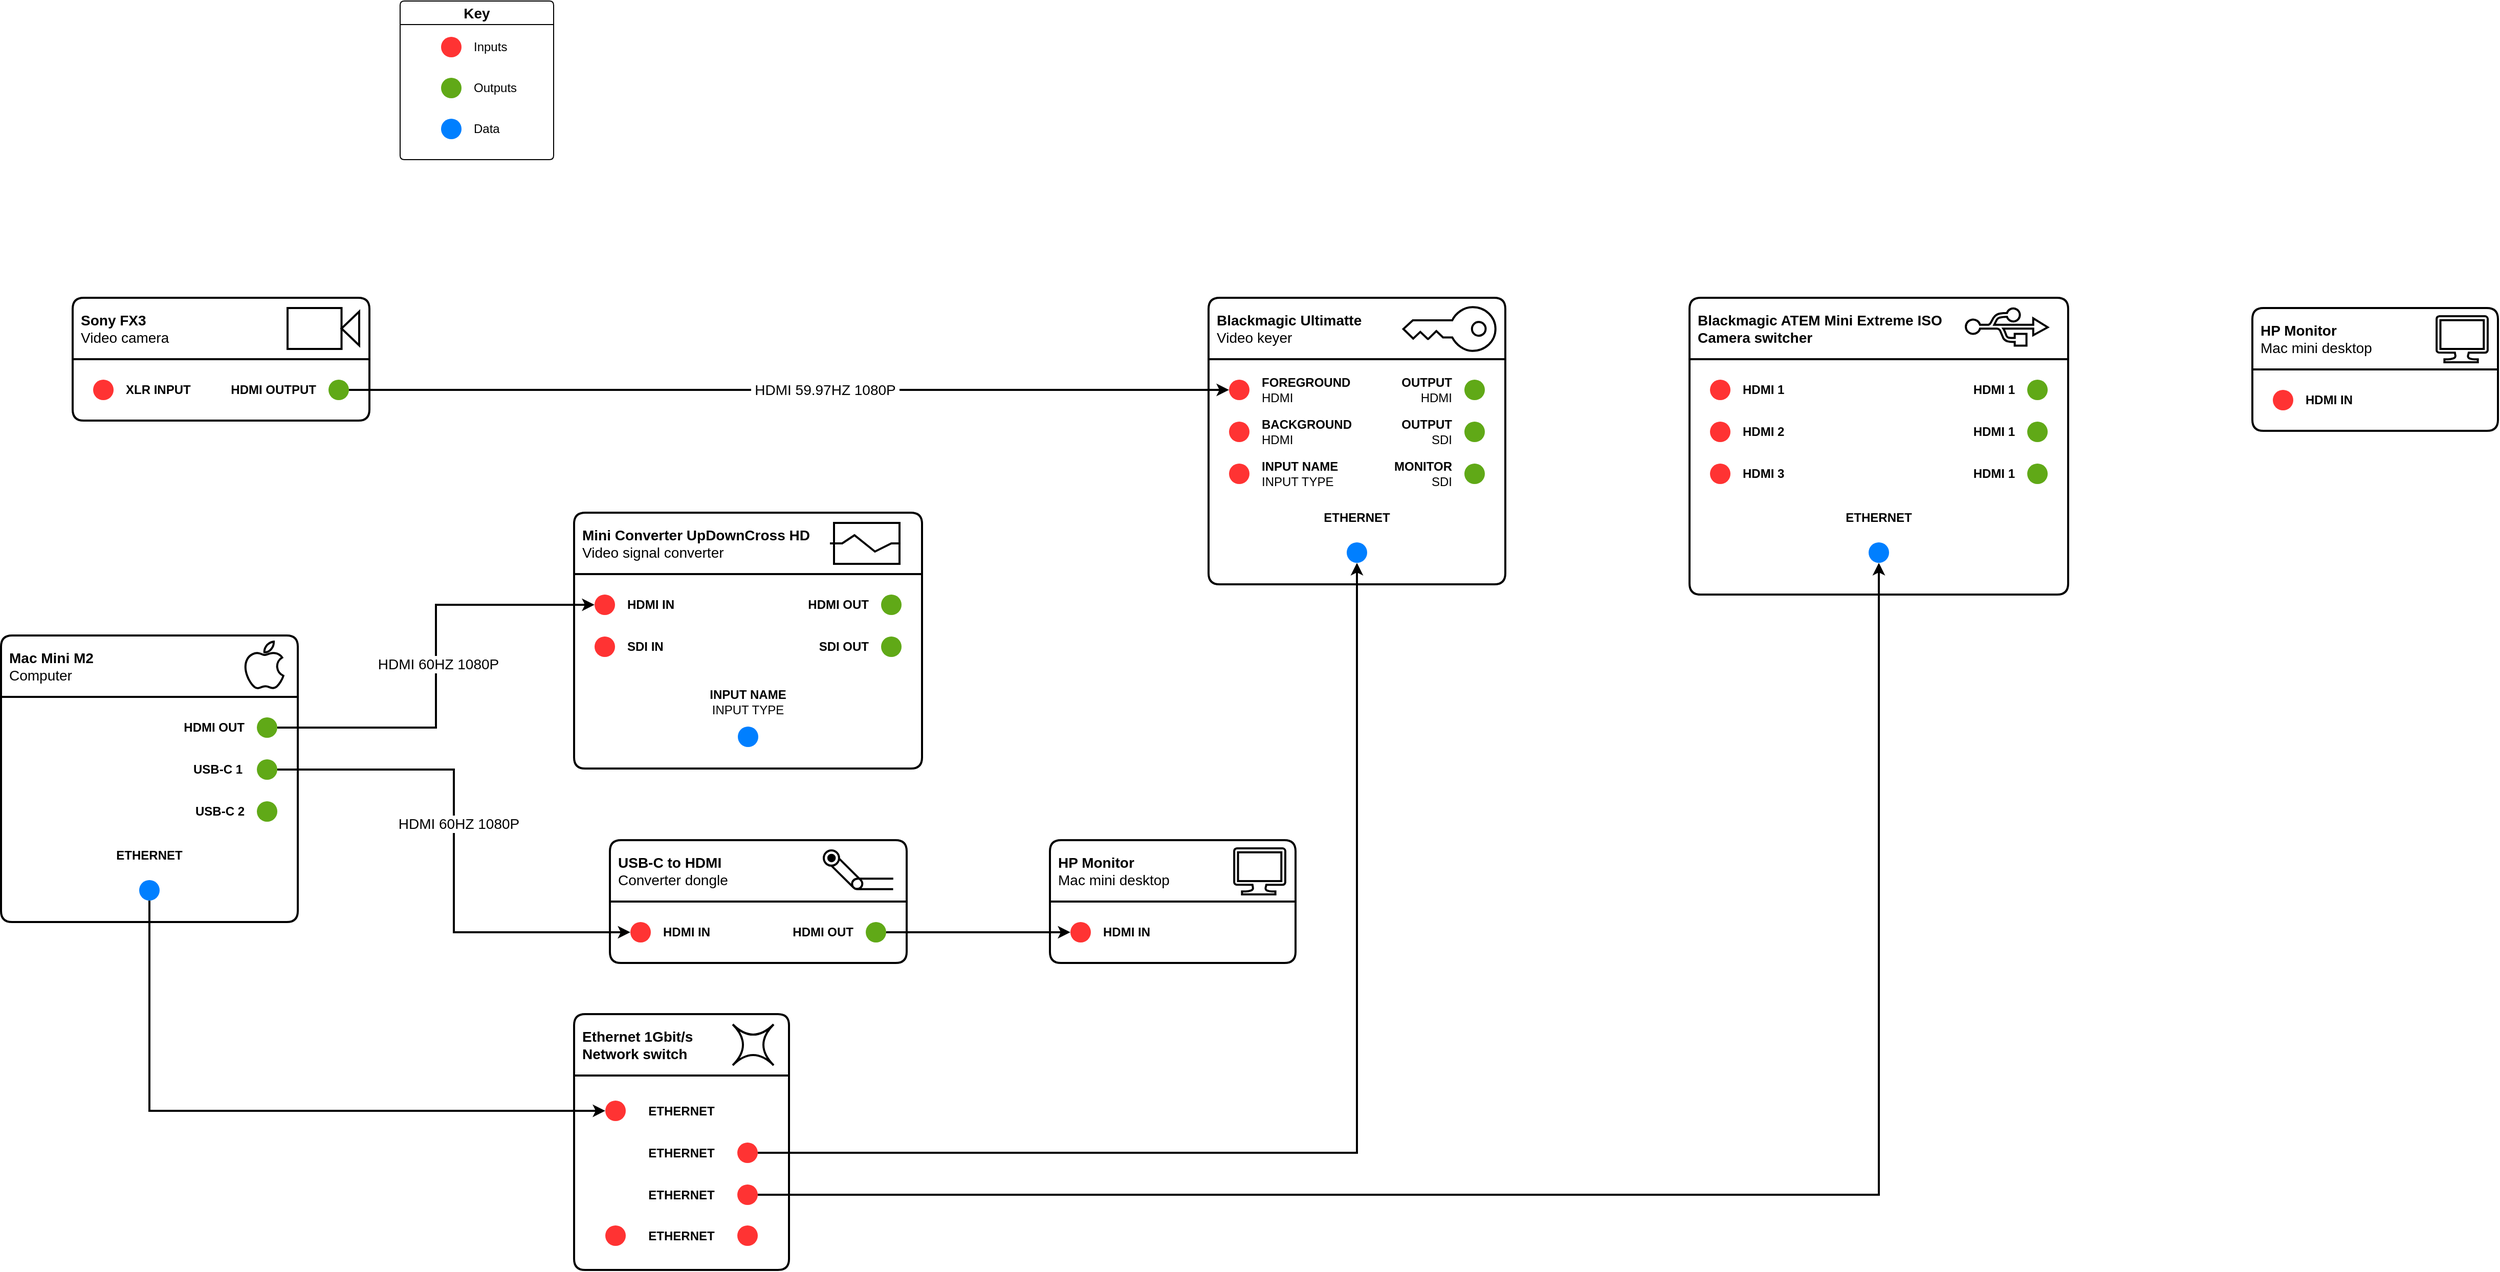
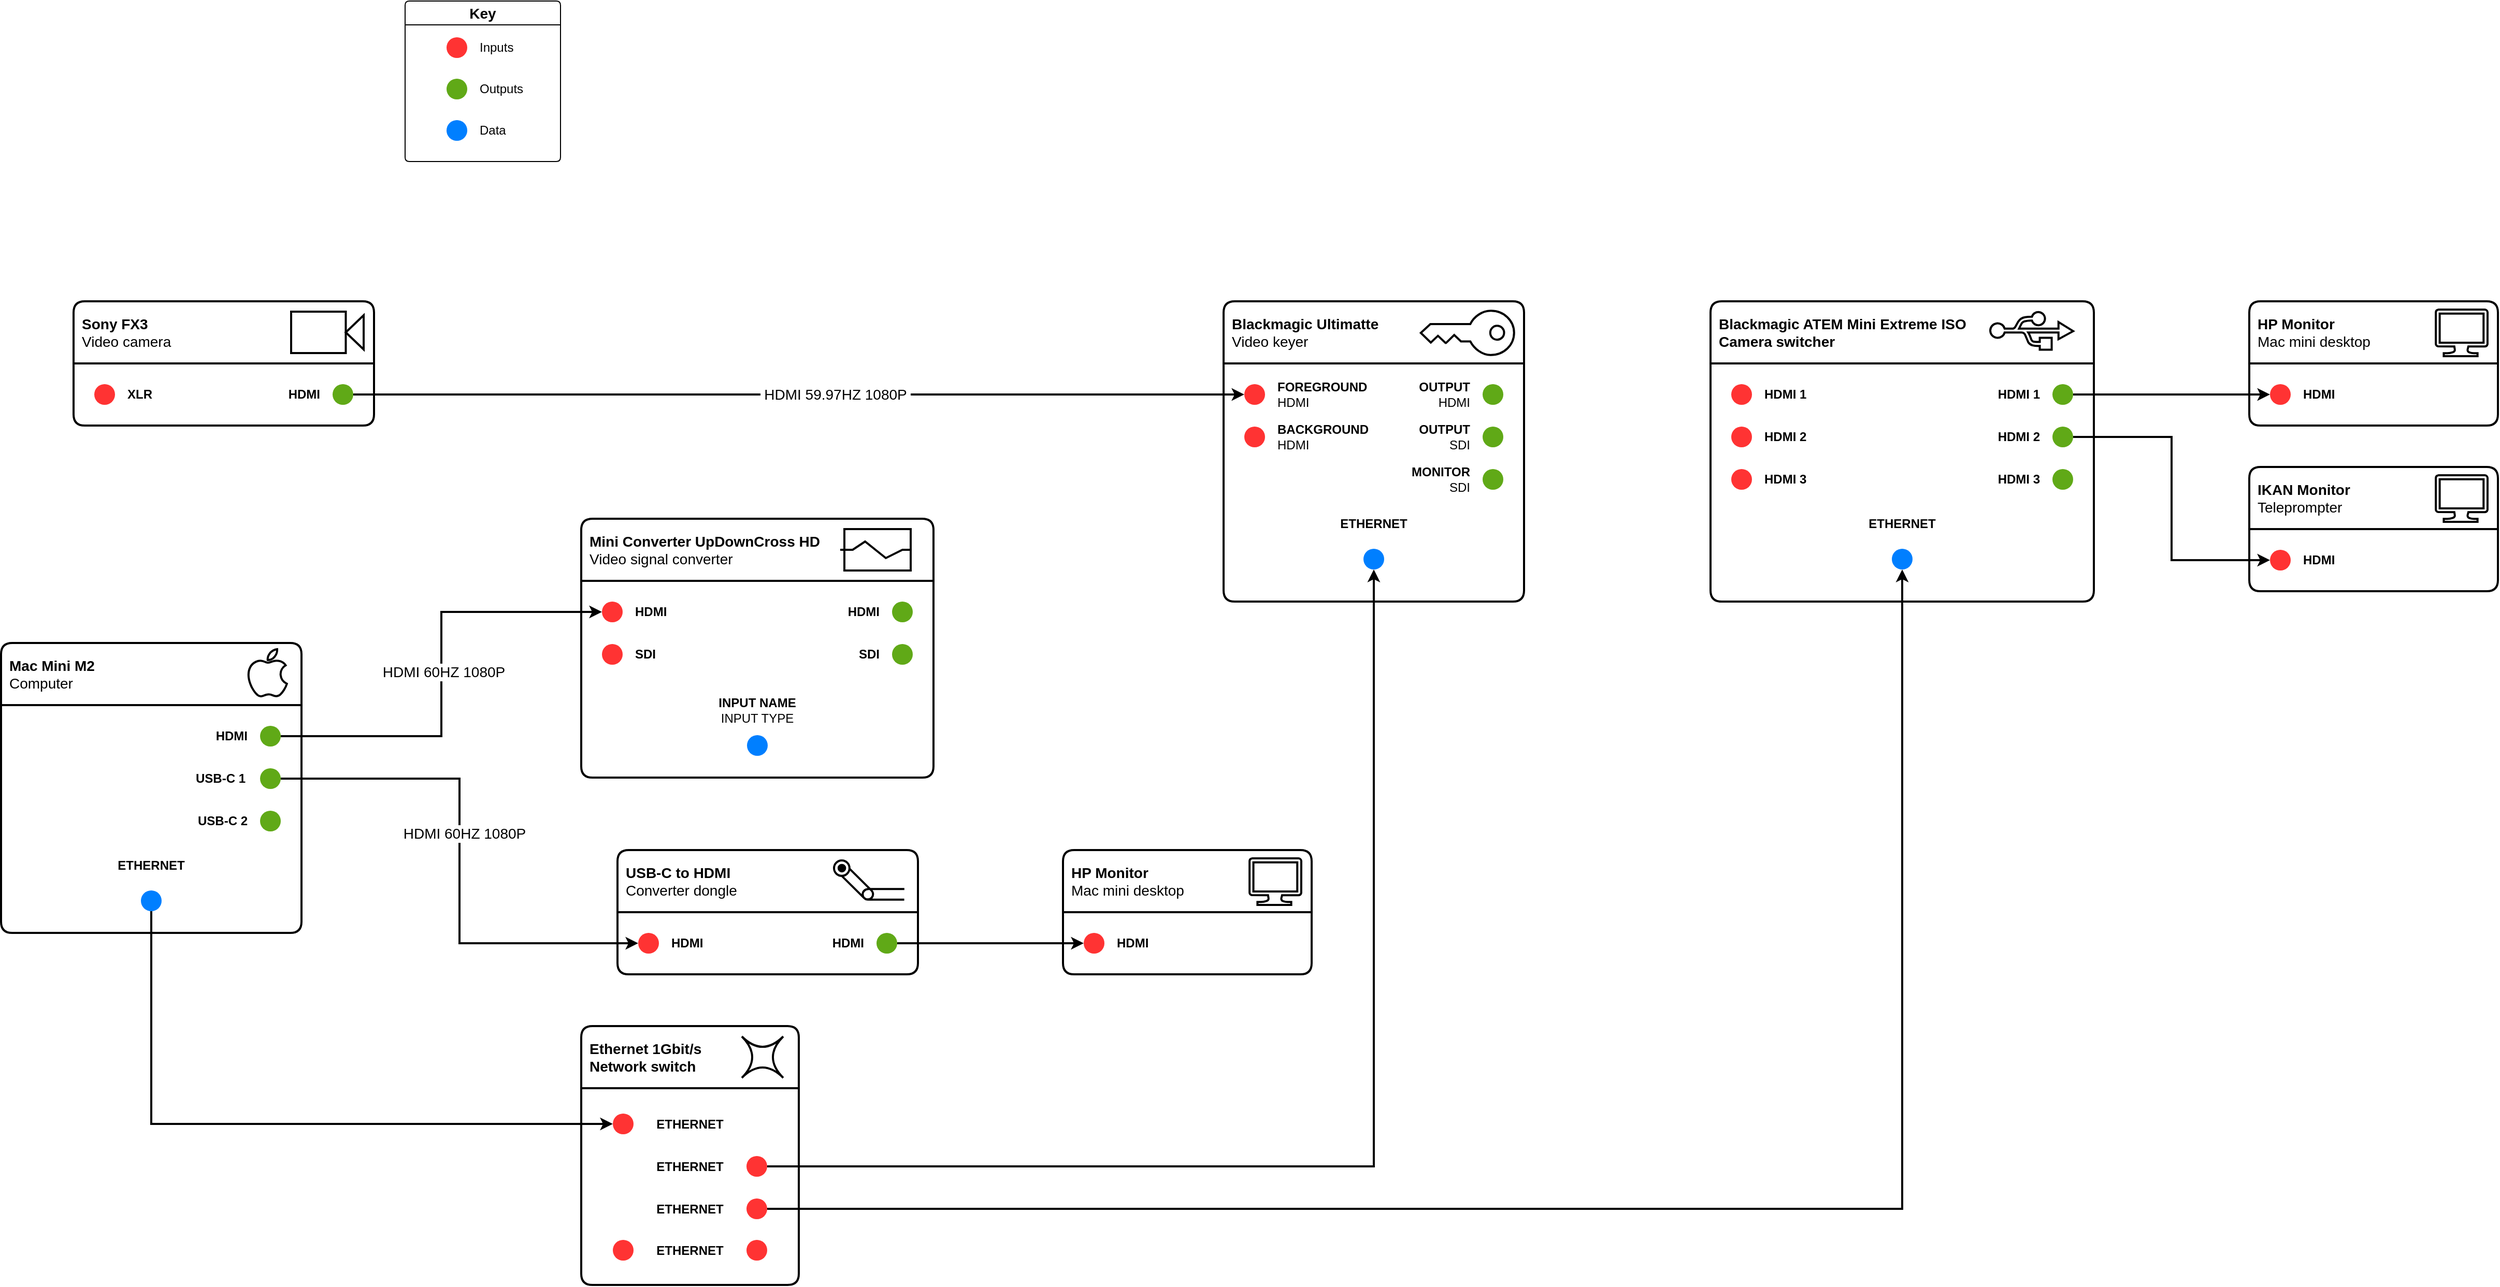
<mxfile host="app.diagrams.net">
  <diagram name="Page-1" id="FgFW1MfRpHRbAZnw0JzE">
    <mxGraphModel dx="1544" dy="1508" grid="1" gridSize="10" guides="1" tooltips="1" connect="1" arrows="1" fold="1" page="0" pageScale="1" pageWidth="1654" pageHeight="1169" math="0" shadow="0">
      <root>
        <mxCell id="0" />
        <mxCell id="1" parent="0" />
        <UserObject label="&lt;div&gt;Sony FX3&lt;/div&gt;&lt;div&gt;&lt;span style=&quot;font-weight: normal;&quot;&gt;Video camera&lt;/span&gt;&lt;/div&gt;" link="https://www.sony.com.au/electronics/interchangeable-lens-cameras/ilme-fx3a" id="s20b6Gskkq0xSbLsb2Lf-1">
          <mxCell parent="1" style="swimlane;whiteSpace=wrap;html=1;startSize=60;perimeterSpacing=0;rounded=1;arcSize=6;align=left;spacingLeft=6;swimlaneFillColor=default;strokeWidth=2;fontSize=14;spacingBottom=0;" vertex="1">
            <mxGeometry height="120" width="290" x="-10" y="240" as="geometry">
              <mxRectangle height="60" width="200" x="330" y="280" as="alternateBounds" />
            </mxGeometry>
          </mxCell>
        </UserObject>
        <mxCell id="BUdtJf7oYrrgdLHHiytK-1" parent="s20b6Gskkq0xSbLsb2Lf-1" style="shape=mxgraph.signs.tech.video_camera;html=1;pointerEvents=1;fillColor=none;strokeColor=default;verticalLabelPosition=bottom;verticalAlign=top;align=center;strokeWidth=2;" value="" vertex="1">
          <mxGeometry height="40" width="70" x="210" y="10" as="geometry" />
        </mxCell>
        <mxCell id="BUdtJf7oYrrgdLHHiytK-2" parent="s20b6Gskkq0xSbLsb2Lf-1" style="ellipse;whiteSpace=wrap;html=1;aspect=fixed;strokeColor=none;fillColor=#60a917;fontColor=#ffffff;" value="" vertex="1">
          <mxGeometry height="20" width="20" x="250" y="80" as="geometry" />
        </mxCell>
        <mxCell id="BUdtJf7oYrrgdLHHiytK-13" parent="s20b6Gskkq0xSbLsb2Lf-1" style="ellipse;whiteSpace=wrap;html=1;aspect=fixed;strokeColor=none;fillColor=light-dark(#FF3333,#FF3333);fontColor=#ffffff;fillStyle=auto;" value="" vertex="1">
          <mxGeometry height="20" width="20" x="20" y="80" as="geometry" />
        </mxCell>
-         <mxCell id="BUdtJf7oYrrgdLHHiytK-20" parent="s20b6Gskkq0xSbLsb2Lf-1" style="text;html=1;whiteSpace=wrap;strokeColor=none;fillColor=none;align=left;verticalAlign=middle;rounded=0;fontStyle=1" value="XLR INPUT" vertex="1">
-           <mxGeometry height="14.5" width="90" x="50" y="82.75" as="geometry" />
-         </mxCell>
-         <mxCell id="BUdtJf7oYrrgdLHHiytK-21" parent="s20b6Gskkq0xSbLsb2Lf-1" style="text;html=1;whiteSpace=wrap;strokeColor=none;fillColor=none;align=right;verticalAlign=middle;rounded=0;" value="&lt;b&gt;HDMI OUTPUT&lt;/b&gt;" vertex="1">
-           <mxGeometry height="14.5" width="90" x="150" y="82.75" as="geometry" />
+         <mxCell id="BUdtJf7oYrrgdLHHiytK-20" parent="s20b6Gskkq0xSbLsb2Lf-1" style="text;html=1;whiteSpace=wrap;strokeColor=none;fillColor=none;align=left;verticalAlign=middle;rounded=0;fontStyle=1" value="XLR" vertex="1">
+           <mxGeometry height="14.5" width="30" x="50" y="82.75" as="geometry" />
+         </mxCell>
+         <mxCell id="BUdtJf7oYrrgdLHHiytK-21" parent="s20b6Gskkq0xSbLsb2Lf-1" style="text;html=1;whiteSpace=wrap;strokeColor=none;fillColor=none;align=right;verticalAlign=middle;rounded=0;" value="&lt;b&gt;HDMI&lt;/b&gt;" vertex="1">
+           <mxGeometry height="14.5" width="40" x="200" y="82.75" as="geometry" />
        </mxCell>
        <mxCell id="BUdtJf7oYrrgdLHHiytK-123" parent="1" style="swimlane;whiteSpace=wrap;html=1;rounded=1;arcSize=6;swimlaneFillColor=default;fontSize=14;" value="Key" vertex="1">
          <mxGeometry height="155" width="150" x="310" y="-50" as="geometry" />
        </mxCell>
        <mxCell id="BUdtJf7oYrrgdLHHiytK-115" parent="BUdtJf7oYrrgdLHHiytK-123" style="ellipse;whiteSpace=wrap;html=1;aspect=fixed;strokeColor=none;fillColor=light-dark(#FF3333,#FF3333);fontColor=#ffffff;fillStyle=auto;" value="" vertex="1">
          <mxGeometry height="20" width="20" x="40" y="35" as="geometry" />
        </mxCell>
        <mxCell id="BUdtJf7oYrrgdLHHiytK-119" parent="BUdtJf7oYrrgdLHHiytK-123" style="text;html=1;whiteSpace=wrap;strokeColor=none;fillColor=none;align=left;verticalAlign=middle;rounded=0;" value="Inputs" vertex="1">
          <mxGeometry height="10" width="40" x="70" y="40" as="geometry" />
        </mxCell>
        <mxCell id="BUdtJf7oYrrgdLHHiytK-114" parent="BUdtJf7oYrrgdLHHiytK-123" style="ellipse;whiteSpace=wrap;html=1;aspect=fixed;strokeColor=none;fillColor=#60a917;fontColor=#ffffff;" value="" vertex="1">
          <mxGeometry height="20" width="20" x="40" y="75" as="geometry" />
        </mxCell>
        <mxCell id="BUdtJf7oYrrgdLHHiytK-120" parent="BUdtJf7oYrrgdLHHiytK-123" style="text;html=1;whiteSpace=wrap;strokeColor=none;fillColor=none;align=left;verticalAlign=middle;rounded=0;" value="Outputs" vertex="1">
          <mxGeometry height="10" width="40" x="70" y="80" as="geometry" />
        </mxCell>
        <mxCell id="BUdtJf7oYrrgdLHHiytK-116" parent="BUdtJf7oYrrgdLHHiytK-123" style="ellipse;whiteSpace=wrap;html=1;aspect=fixed;strokeColor=none;fillColor=#007FFF;fontColor=#ffffff;" value="" vertex="1">
          <mxGeometry height="20" width="20" x="40" y="115" as="geometry" />
        </mxCell>
        <mxCell id="BUdtJf7oYrrgdLHHiytK-121" parent="BUdtJf7oYrrgdLHHiytK-123" style="text;html=1;whiteSpace=wrap;strokeColor=none;fillColor=none;align=left;verticalAlign=middle;rounded=0;" value="Data" vertex="1">
          <mxGeometry height="10" width="40" x="70" y="120" as="geometry" />
        </mxCell>
        <UserObject label="&lt;div&gt;Blackmagic Ultimatte&lt;/div&gt;&lt;div&gt;&lt;span style=&quot;font-weight: normal;&quot;&gt;Video keyer&lt;/span&gt;&lt;/div&gt;" link="https://www.videocraft.com.au/products/blackmagic-design-ultimatte-12-hd-keyer-advanced-compositing-processor" id="BUdtJf7oYrrgdLHHiytK-160">
          <mxCell parent="1" style="swimlane;whiteSpace=wrap;html=1;startSize=60;perimeterSpacing=0;rounded=1;arcSize=6;align=left;spacingLeft=6;swimlaneFillColor=default;strokeWidth=2;fontSize=14;" vertex="1">
-             <mxGeometry height="280" width="290" x="1100" y="240" as="geometry">
+             <mxGeometry height="290" width="290" x="1100" y="240" as="geometry">
              <mxRectangle height="60" width="200" x="330" y="280" as="alternateBounds" />
            </mxGeometry>
          </mxCell>
        </UserObject>
        <mxCell id="BUdtJf7oYrrgdLHHiytK-162" parent="BUdtJf7oYrrgdLHHiytK-160" style="ellipse;whiteSpace=wrap;html=1;aspect=fixed;strokeColor=none;fillColor=#60a917;fontColor=#ffffff;" value="" vertex="1">
          <mxGeometry height="20" width="20" x="250" y="80" as="geometry" />
        </mxCell>
        <mxCell id="BUdtJf7oYrrgdLHHiytK-163" parent="BUdtJf7oYrrgdLHHiytK-160" style="ellipse;whiteSpace=wrap;html=1;aspect=fixed;strokeColor=none;fillColor=#60a917;fontColor=#ffffff;" value="" vertex="1">
          <mxGeometry height="20" width="20" x="250" y="121" as="geometry" />
        </mxCell>
        <mxCell id="BUdtJf7oYrrgdLHHiytK-164" parent="BUdtJf7oYrrgdLHHiytK-160" style="ellipse;whiteSpace=wrap;html=1;aspect=fixed;strokeColor=none;fillColor=#60a917;fontColor=#ffffff;" value="" vertex="1">
          <mxGeometry height="20" width="20" x="250" y="162" as="geometry" />
        </mxCell>
        <mxCell id="BUdtJf7oYrrgdLHHiytK-169" parent="BUdtJf7oYrrgdLHHiytK-160" style="ellipse;whiteSpace=wrap;html=1;aspect=fixed;strokeColor=none;fillColor=light-dark(#FF3333,#FF3333);fontColor=#ffffff;fillStyle=auto;" value="" vertex="1">
          <mxGeometry height="20" width="20" x="20" y="80" as="geometry" />
        </mxCell>
        <mxCell id="BUdtJf7oYrrgdLHHiytK-170" parent="BUdtJf7oYrrgdLHHiytK-160" style="ellipse;whiteSpace=wrap;html=1;aspect=fixed;strokeColor=none;fillColor=light-dark(#FF3333,#FF3333);fontColor=#ffffff;" value="" vertex="1">
          <mxGeometry height="20" width="20" x="20" y="121" as="geometry" />
        </mxCell>
-         <mxCell id="BUdtJf7oYrrgdLHHiytK-171" parent="BUdtJf7oYrrgdLHHiytK-160" style="ellipse;whiteSpace=wrap;html=1;aspect=fixed;strokeColor=none;fillColor=light-dark(#FF3333,#FF3333);fontColor=#ffffff;" value="" vertex="1">
-           <mxGeometry height="20" width="20" x="20" y="162" as="geometry" />
-         </mxCell>
        <mxCell id="BUdtJf7oYrrgdLHHiytK-176" parent="BUdtJf7oYrrgdLHHiytK-160" style="text;html=1;whiteSpace=wrap;strokeColor=none;fillColor=none;align=left;verticalAlign=middle;rounded=0;" value="&lt;div&gt;&lt;b&gt;FOREGROUND&lt;/b&gt;&lt;/div&gt;&lt;div&gt;HDMI&lt;/div&gt;" vertex="1">
          <mxGeometry height="29" width="90" x="50" y="75.5" as="geometry" />
        </mxCell>
        <mxCell id="BUdtJf7oYrrgdLHHiytK-177" parent="BUdtJf7oYrrgdLHHiytK-160" style="text;html=1;whiteSpace=wrap;strokeColor=none;fillColor=none;align=right;verticalAlign=middle;rounded=0;" value="&lt;div&gt;&lt;b&gt;OUTPUT&lt;/b&gt;&lt;/div&gt;&lt;div&gt;HDMI&lt;/div&gt;" vertex="1">
          <mxGeometry height="29" width="90" x="150" y="75.5" as="geometry" />
        </mxCell>
        <mxCell id="BUdtJf7oYrrgdLHHiytK-178" parent="BUdtJf7oYrrgdLHHiytK-160" style="text;html=1;whiteSpace=wrap;strokeColor=none;fillColor=none;align=left;verticalAlign=middle;rounded=0;" value="&lt;div&gt;&lt;b&gt;BACKGROUND&lt;/b&gt;&lt;/div&gt;&lt;div&gt;HDMI&lt;/div&gt;" vertex="1">
          <mxGeometry height="29" width="90" x="50" y="116.5" as="geometry" />
        </mxCell>
        <mxCell id="BUdtJf7oYrrgdLHHiytK-179" parent="BUdtJf7oYrrgdLHHiytK-160" style="text;html=1;whiteSpace=wrap;strokeColor=none;fillColor=none;align=right;verticalAlign=middle;rounded=0;" value="&lt;div&gt;&lt;b&gt;OUTPUT&lt;/b&gt;&lt;/div&gt;&lt;div&gt;SDI&lt;/div&gt;" vertex="1">
          <mxGeometry height="29" width="90" x="150" y="116.5" as="geometry" />
-         </mxCell>
-         <mxCell id="BUdtJf7oYrrgdLHHiytK-180" parent="BUdtJf7oYrrgdLHHiytK-160" style="text;html=1;whiteSpace=wrap;strokeColor=none;fillColor=none;align=left;verticalAlign=middle;rounded=0;" value="&lt;div&gt;&lt;b&gt;INPUT NAME&lt;/b&gt;&lt;/div&gt;&lt;div&gt;INPUT TYPE&lt;/div&gt;" vertex="1">
-           <mxGeometry height="29" width="90" x="50" y="157.5" as="geometry" />
        </mxCell>
        <mxCell id="BUdtJf7oYrrgdLHHiytK-181" parent="BUdtJf7oYrrgdLHHiytK-160" style="text;html=1;whiteSpace=wrap;strokeColor=none;fillColor=none;align=right;verticalAlign=middle;rounded=0;" value="&lt;div&gt;&lt;b&gt;MONITOR&lt;/b&gt;&lt;/div&gt;&lt;div&gt;SDI&lt;/div&gt;" vertex="1">
          <mxGeometry height="29" width="90" x="150" y="157.5" as="geometry" />
        </mxCell>
        <mxCell id="BUdtJf7oYrrgdLHHiytK-194" parent="BUdtJf7oYrrgdLHHiytK-160" style="text;html=1;whiteSpace=wrap;strokeColor=none;fillColor=none;align=center;verticalAlign=middle;rounded=0;fontStyle=1" value="ETHERNET" vertex="1">
          <mxGeometry height="29" width="90" x="100" y="200" as="geometry" />
        </mxCell>
        <mxCell id="BUdtJf7oYrrgdLHHiytK-195" parent="BUdtJf7oYrrgdLHHiytK-160" style="ellipse;whiteSpace=wrap;html=1;aspect=fixed;strokeColor=none;fillColor=#007FFF;fontColor=#ffffff;" value="" vertex="1">
          <mxGeometry height="20" width="20" x="135" y="239" as="geometry" />
        </mxCell>
        <mxCell id="BUdtJf7oYrrgdLHHiytK-196" parent="BUdtJf7oYrrgdLHHiytK-160" style="sketch=0;pointerEvents=1;shadow=0;dashed=0;html=1;strokeColor=default;fillColor=none;labelPosition=center;verticalLabelPosition=bottom;verticalAlign=top;outlineConnect=0;align=center;shape=mxgraph.office.security.key_permissions;rotation=90;strokeWidth=2;" value="" vertex="1">
          <mxGeometry height="90" width="42.75" x="214" y="-14.5" as="geometry" />
        </mxCell>
        <mxCell id="BUdtJf7oYrrgdLHHiytK-197" edge="1" parent="1" source="BUdtJf7oYrrgdLHHiytK-2" style="edgeStyle=orthogonalEdgeStyle;rounded=0;orthogonalLoop=1;jettySize=auto;html=1;entryX=0;entryY=0.5;entryDx=0;entryDy=0;endArrow=classic;endFill=1;strokeWidth=2;" target="BUdtJf7oYrrgdLHHiytK-169">
          <mxGeometry relative="1" as="geometry" />
        </mxCell>
        <mxCell id="BUdtJf7oYrrgdLHHiytK-201" connectable="0" parent="BUdtJf7oYrrgdLHHiytK-197" style="edgeLabel;html=1;align=center;verticalAlign=middle;resizable=0;points=[];fontSize=14;" value="&amp;nbsp;HDMI 59.97HZ 1080P&amp;nbsp;" vertex="1">
          <mxGeometry relative="1" x="0.0813" as="geometry">
            <mxPoint as="offset" />
          </mxGeometry>
        </mxCell>
        <UserObject label="&lt;div&gt;Mac Mini M2&lt;/div&gt;&lt;div&gt;&lt;span style=&quot;font-weight: normal;&quot;&gt;Computer&lt;/span&gt;&lt;/div&gt;" link="https://support.apple.com/en-au/111837" id="BUdtJf7oYrrgdLHHiytK-202">
          <mxCell parent="1" style="swimlane;whiteSpace=wrap;html=1;startSize=60;perimeterSpacing=0;rounded=1;arcSize=6;align=left;spacingLeft=6;swimlaneFillColor=default;strokeWidth=2;fontSize=14;" vertex="1">
            <mxGeometry height="280" width="290" x="-80" y="570" as="geometry">
              <mxRectangle height="60" width="200" x="330" y="280" as="alternateBounds" />
            </mxGeometry>
          </mxCell>
        </UserObject>
        <mxCell id="BUdtJf7oYrrgdLHHiytK-204" parent="BUdtJf7oYrrgdLHHiytK-202" style="ellipse;whiteSpace=wrap;html=1;aspect=fixed;strokeColor=none;fillColor=#60a917;fontColor=#ffffff;" value="" vertex="1">
          <mxGeometry height="20" width="20" x="250" y="80" as="geometry" />
        </mxCell>
        <mxCell id="BUdtJf7oYrrgdLHHiytK-205" parent="BUdtJf7oYrrgdLHHiytK-202" style="ellipse;whiteSpace=wrap;html=1;aspect=fixed;strokeColor=none;fillColor=#60a917;fontColor=#ffffff;" value="" vertex="1">
          <mxGeometry height="20" width="20" x="250" y="121" as="geometry" />
        </mxCell>
        <mxCell id="BUdtJf7oYrrgdLHHiytK-206" parent="BUdtJf7oYrrgdLHHiytK-202" style="ellipse;whiteSpace=wrap;html=1;aspect=fixed;strokeColor=none;fillColor=#60a917;fontColor=#ffffff;" value="" vertex="1">
          <mxGeometry height="20" width="20" x="250" y="162" as="geometry" />
        </mxCell>
-         <mxCell id="BUdtJf7oYrrgdLHHiytK-219" parent="BUdtJf7oYrrgdLHHiytK-202" style="text;html=1;whiteSpace=wrap;strokeColor=none;fillColor=none;align=right;verticalAlign=middle;rounded=0;" value="&lt;b&gt;HDMI OUT&lt;/b&gt;" vertex="1">
-           <mxGeometry height="14.5" width="70" x="170" y="82.75" as="geometry" />
+         <mxCell id="BUdtJf7oYrrgdLHHiytK-219" parent="BUdtJf7oYrrgdLHHiytK-202" style="text;html=1;whiteSpace=wrap;strokeColor=none;fillColor=none;align=right;verticalAlign=middle;rounded=0;" value="&lt;b&gt;HDMI&lt;/b&gt;" vertex="1">
+           <mxGeometry height="14.5" width="40" x="200" y="82.75" as="geometry" />
        </mxCell>
        <mxCell id="BUdtJf7oYrrgdLHHiytK-221" parent="BUdtJf7oYrrgdLHHiytK-202" style="text;html=1;whiteSpace=wrap;strokeColor=none;fillColor=none;align=right;verticalAlign=middle;rounded=0;fontStyle=1" value="USB-C 1" vertex="1">
          <mxGeometry height="13.5" width="50" x="188.08" y="124.25" as="geometry" />
        </mxCell>
        <mxCell id="BUdtJf7oYrrgdLHHiytK-236" parent="BUdtJf7oYrrgdLHHiytK-202" style="text;html=1;whiteSpace=wrap;strokeColor=none;fillColor=none;align=center;verticalAlign=middle;rounded=0;fontStyle=1" value="ETHERNET" vertex="1">
          <mxGeometry height="29" width="90" x="100" y="200" as="geometry" />
        </mxCell>
        <mxCell id="BUdtJf7oYrrgdLHHiytK-237" parent="BUdtJf7oYrrgdLHHiytK-202" style="ellipse;whiteSpace=wrap;html=1;aspect=fixed;strokeColor=none;fillColor=#007FFF;fontColor=#ffffff;" value="" vertex="1">
          <mxGeometry height="20" width="20" x="135" y="239" as="geometry" />
        </mxCell>
        <mxCell id="BUdtJf7oYrrgdLHHiytK-238" parent="BUdtJf7oYrrgdLHHiytK-202" style="dashed=0;outlineConnect=0;html=1;align=center;labelPosition=center;verticalLabelPosition=bottom;verticalAlign=top;shape=mxgraph.weblogos.apple;fillColor=none;strokeColor=default;strokeWidth=2;" value="" vertex="1">
          <mxGeometry height="46.2" width="37.83" x="238.07999999999998" y="6" as="geometry" />
        </mxCell>
        <mxCell id="BUdtJf7oYrrgdLHHiytK-240" parent="BUdtJf7oYrrgdLHHiytK-202" style="text;html=1;whiteSpace=wrap;strokeColor=none;fillColor=none;align=right;verticalAlign=middle;rounded=0;fontStyle=1" value="USB-C 2" vertex="1">
          <mxGeometry height="13.5" width="50" x="189.99999999999997" y="165.25" as="geometry" />
        </mxCell>
        <UserObject label="&lt;div&gt;Mini Converter UpDownCross HD&lt;/div&gt;&lt;div&gt;&lt;span style=&quot;font-weight: normal;&quot;&gt;Video signal converter&lt;/span&gt;&lt;/div&gt;" link="https://proavexpress.com.au/blackmagic-mini-converter-up-down-cross-hd/" id="BUdtJf7oYrrgdLHHiytK-243">
          <mxCell parent="1" style="swimlane;whiteSpace=wrap;html=1;startSize=60;perimeterSpacing=0;rounded=1;arcSize=6;align=left;spacingLeft=6;swimlaneFillColor=default;strokeWidth=2;fontSize=14;" vertex="1">
            <mxGeometry height="250" width="340" x="480" y="450" as="geometry">
              <mxRectangle height="60" width="200" x="330" y="280" as="alternateBounds" />
            </mxGeometry>
          </mxCell>
        </UserObject>
        <mxCell id="BUdtJf7oYrrgdLHHiytK-245" parent="BUdtJf7oYrrgdLHHiytK-243" style="ellipse;whiteSpace=wrap;html=1;aspect=fixed;strokeColor=none;fillColor=#60a917;fontColor=#ffffff;" value="" vertex="1">
          <mxGeometry height="20" width="20" x="300" y="80" as="geometry" />
        </mxCell>
        <mxCell id="BUdtJf7oYrrgdLHHiytK-246" parent="BUdtJf7oYrrgdLHHiytK-243" style="ellipse;whiteSpace=wrap;html=1;aspect=fixed;strokeColor=none;fillColor=#60a917;fontColor=#ffffff;" value="" vertex="1">
          <mxGeometry height="20" width="20" x="300" y="121" as="geometry" />
        </mxCell>
        <mxCell id="BUdtJf7oYrrgdLHHiytK-252" parent="BUdtJf7oYrrgdLHHiytK-243" style="ellipse;whiteSpace=wrap;html=1;aspect=fixed;strokeColor=none;fillColor=light-dark(#FF3333,#FF3333);fontColor=#ffffff;fillStyle=auto;" value="" vertex="1">
          <mxGeometry height="20" width="20" x="20" y="80" as="geometry" />
        </mxCell>
        <mxCell id="BUdtJf7oYrrgdLHHiytK-253" parent="BUdtJf7oYrrgdLHHiytK-243" style="ellipse;whiteSpace=wrap;html=1;aspect=fixed;strokeColor=none;fillColor=light-dark(#FF3333,#FF3333);fontColor=#ffffff;" value="" vertex="1">
          <mxGeometry height="20" width="20" x="20" y="121" as="geometry" />
        </mxCell>
-         <mxCell id="BUdtJf7oYrrgdLHHiytK-259" parent="BUdtJf7oYrrgdLHHiytK-243" style="text;html=1;whiteSpace=wrap;strokeColor=none;fillColor=none;align=left;verticalAlign=middle;rounded=0;fontStyle=1" value="HDMI IN" vertex="1">
-           <mxGeometry height="10" width="50" x="50" y="85" as="geometry" />
-         </mxCell>
-         <mxCell id="BUdtJf7oYrrgdLHHiytK-260" parent="BUdtJf7oYrrgdLHHiytK-243" style="text;html=1;whiteSpace=wrap;strokeColor=none;fillColor=none;align=right;verticalAlign=middle;rounded=0;fontStyle=1" value="HDMI OUT" vertex="1">
+         <mxCell id="BUdtJf7oYrrgdLHHiytK-259" parent="BUdtJf7oYrrgdLHHiytK-243" style="text;html=1;whiteSpace=wrap;strokeColor=none;fillColor=none;align=left;verticalAlign=middle;rounded=0;fontStyle=1" value="HDMI" vertex="1">
+           <mxGeometry height="10" width="50" x="50" y="85" as="geometry" />
+         </mxCell>
+         <mxCell id="BUdtJf7oYrrgdLHHiytK-260" parent="BUdtJf7oYrrgdLHHiytK-243" style="text;html=1;whiteSpace=wrap;strokeColor=none;fillColor=none;align=right;verticalAlign=middle;rounded=0;fontStyle=1" value="HDMI" vertex="1">
          <mxGeometry height="10" width="70" x="220" y="85" as="geometry" />
        </mxCell>
        <mxCell id="BUdtJf7oYrrgdLHHiytK-277" parent="BUdtJf7oYrrgdLHHiytK-243" style="text;html=1;whiteSpace=wrap;strokeColor=none;fillColor=none;align=center;verticalAlign=middle;rounded=0;" value="&lt;div&gt;&lt;b&gt;INPUT NAME&lt;/b&gt;&lt;/div&gt;&lt;div&gt;INPUT TYPE&lt;/div&gt;" vertex="1">
          <mxGeometry height="29" width="90" x="125" y="170" as="geometry" />
        </mxCell>
        <mxCell id="BUdtJf7oYrrgdLHHiytK-278" parent="BUdtJf7oYrrgdLHHiytK-243" style="ellipse;whiteSpace=wrap;html=1;aspect=fixed;strokeColor=none;fillColor=#007FFF;fontColor=#ffffff;" value="" vertex="1">
          <mxGeometry height="20" width="20" x="160" y="209" as="geometry" />
        </mxCell>
        <mxCell id="BUdtJf7oYrrgdLHHiytK-279" parent="BUdtJf7oYrrgdLHHiytK-243" style="shape=mxgraph.pid.mixers.kneader;html=1;pointerEvents=1;align=center;verticalLabelPosition=bottom;verticalAlign=top;dashed=0;fillColor=none;strokeWidth=2;" value="" vertex="1">
          <mxGeometry height="40" width="68" x="250" y="10" as="geometry" />
        </mxCell>
-         <mxCell id="BUdtJf7oYrrgdLHHiytK-280" parent="BUdtJf7oYrrgdLHHiytK-243" style="text;html=1;whiteSpace=wrap;strokeColor=none;fillColor=none;align=left;verticalAlign=middle;rounded=0;fontStyle=1" value="SDI IN" vertex="1">
+         <mxCell id="BUdtJf7oYrrgdLHHiytK-280" parent="BUdtJf7oYrrgdLHHiytK-243" style="text;html=1;whiteSpace=wrap;strokeColor=none;fillColor=none;align=left;verticalAlign=middle;rounded=0;fontStyle=1" value="SDI" vertex="1">
          <mxGeometry height="10" width="50" x="50" y="126" as="geometry" />
        </mxCell>
-         <mxCell id="BUdtJf7oYrrgdLHHiytK-281" parent="BUdtJf7oYrrgdLHHiytK-243" style="text;html=1;whiteSpace=wrap;strokeColor=none;fillColor=none;align=right;verticalAlign=middle;rounded=0;fontStyle=1" value="SDI OUT" vertex="1">
+         <mxCell id="BUdtJf7oYrrgdLHHiytK-281" parent="BUdtJf7oYrrgdLHHiytK-243" style="text;html=1;whiteSpace=wrap;strokeColor=none;fillColor=none;align=right;verticalAlign=middle;rounded=0;fontStyle=1" value="SDI" vertex="1">
          <mxGeometry height="10" width="70" x="220" y="126" as="geometry" />
        </mxCell>
        <mxCell id="BUdtJf7oYrrgdLHHiytK-282" edge="1" parent="1" source="BUdtJf7oYrrgdLHHiytK-204" style="edgeStyle=orthogonalEdgeStyle;rounded=0;orthogonalLoop=1;jettySize=auto;html=1;entryX=0;entryY=0.5;entryDx=0;entryDy=0;fontFamily=Helvetica;fontSize=14;fontColor=default;labelBackgroundColor=default;resizable=0;strokeWidth=2;" target="BUdtJf7oYrrgdLHHiytK-252">
          <mxGeometry relative="1" as="geometry" />
        </mxCell>
        <mxCell id="BUdtJf7oYrrgdLHHiytK-283" connectable="0" parent="BUdtJf7oYrrgdLHHiytK-282" style="edgeLabel;html=1;align=center;verticalAlign=middle;resizable=0;points=[];fontFamily=Helvetica;fontSize=14;fontColor=default;labelBackgroundColor=default;" value="&amp;nbsp;HDMI 60HZ 1080P&amp;nbsp;" vertex="1">
          <mxGeometry relative="1" x="0.0203" y="2" as="geometry">
            <mxPoint x="4" y="2" as="offset" />
          </mxGeometry>
        </mxCell>
        <UserObject label="&lt;div&gt;USB-C to HDMI&lt;/div&gt;&lt;div&gt;&lt;span style=&quot;font-weight: normal;&quot;&gt;Converter dongle&lt;/span&gt;&lt;/div&gt;" id="BUdtJf7oYrrgdLHHiytK-284">
          <mxCell parent="1" style="swimlane;whiteSpace=wrap;html=1;startSize=60;perimeterSpacing=0;rounded=1;arcSize=6;align=left;spacingLeft=6;swimlaneFillColor=default;strokeWidth=2;fontSize=14;" vertex="1">
            <mxGeometry height="120" width="290" x="515" y="770" as="geometry">
              <mxRectangle height="60" width="200" x="330" y="280" as="alternateBounds" />
            </mxGeometry>
          </mxCell>
        </UserObject>
        <mxCell id="BUdtJf7oYrrgdLHHiytK-285" parent="BUdtJf7oYrrgdLHHiytK-284" style="ellipse;whiteSpace=wrap;html=1;aspect=fixed;strokeColor=none;fillColor=#60a917;fontColor=#ffffff;" value="" vertex="1">
          <mxGeometry height="20" width="20" x="250" y="80" as="geometry" />
        </mxCell>
-         <mxCell id="BUdtJf7oYrrgdLHHiytK-288" parent="BUdtJf7oYrrgdLHHiytK-284" style="text;html=1;whiteSpace=wrap;strokeColor=none;fillColor=none;align=right;verticalAlign=middle;rounded=0;" value="&lt;b&gt;HDMI OUT&lt;/b&gt;" vertex="1">
+         <mxCell id="BUdtJf7oYrrgdLHHiytK-288" parent="BUdtJf7oYrrgdLHHiytK-284" style="text;html=1;whiteSpace=wrap;strokeColor=none;fillColor=none;align=right;verticalAlign=middle;rounded=0;" value="&lt;b&gt;HDMI&lt;/b&gt;" vertex="1">
          <mxGeometry height="14.5" width="70" x="170" y="82.75" as="geometry" />
        </mxCell>
        <mxCell id="BUdtJf7oYrrgdLHHiytK-297" parent="BUdtJf7oYrrgdLHHiytK-284" style="ellipse;whiteSpace=wrap;html=1;aspect=fixed;strokeColor=none;fillColor=light-dark(#FF3333,#FF3333);fontColor=#ffffff;fillStyle=auto;" value="" vertex="1">
          <mxGeometry height="20" width="20" x="20" y="80" as="geometry" />
        </mxCell>
-         <mxCell id="BUdtJf7oYrrgdLHHiytK-298" parent="BUdtJf7oYrrgdLHHiytK-284" style="text;html=1;whiteSpace=wrap;strokeColor=none;fillColor=none;align=left;verticalAlign=middle;rounded=0;fontStyle=1" value="HDMI IN" vertex="1">
+         <mxCell id="BUdtJf7oYrrgdLHHiytK-298" parent="BUdtJf7oYrrgdLHHiytK-284" style="text;html=1;whiteSpace=wrap;strokeColor=none;fillColor=none;align=left;verticalAlign=middle;rounded=0;fontStyle=1" value="HDMI" vertex="1">
          <mxGeometry height="10" width="50" x="50" y="85" as="geometry" />
        </mxCell>
        <mxCell id="BUdtJf7oYrrgdLHHiytK-295" parent="BUdtJf7oYrrgdLHHiytK-284" style="verticalLabelPosition=bottom;aspect=fixed;html=1;verticalAlign=top;fillColor=strokeColor;align=center;outlineConnect=0;shape=mxgraph.fluid_power.x10060;points=[[1,0.72,0],[1,1,0]];strokeWidth=2;" value="" vertex="1">
          <mxGeometry height="38.38" width="67.9" x="209" y="10" as="geometry" />
        </mxCell>
        <mxCell id="BUdtJf7oYrrgdLHHiytK-299" edge="1" parent="1" source="BUdtJf7oYrrgdLHHiytK-205" style="edgeStyle=orthogonalEdgeStyle;shape=connector;rounded=0;orthogonalLoop=1;jettySize=auto;html=1;entryX=0;entryY=0.5;entryDx=0;entryDy=0;strokeColor=default;strokeWidth=2;align=center;verticalAlign=middle;fontFamily=Helvetica;fontSize=11;fontColor=default;labelBackgroundColor=default;endArrow=classic;endFill=1;" target="BUdtJf7oYrrgdLHHiytK-297">
          <mxGeometry relative="1" as="geometry" />
        </mxCell>
        <mxCell id="BUdtJf7oYrrgdLHHiytK-300" connectable="0" parent="BUdtJf7oYrrgdLHHiytK-299" style="edgeLabel;html=1;align=center;verticalAlign=middle;resizable=0;points=[];fontFamily=Helvetica;fontSize=14;fontColor=default;labelBackgroundColor=default;" value="&amp;nbsp;HDMI 60HZ 1080P&amp;nbsp;" vertex="1">
          <mxGeometry relative="1" x="-0.1035" y="4" as="geometry">
            <mxPoint y="-1" as="offset" />
          </mxGeometry>
        </mxCell>
        <UserObject label="&lt;div&gt;Ethernet 1Gbit/s&lt;/div&gt;&lt;div&gt;Network switch&lt;/div&gt;" id="BUdtJf7oYrrgdLHHiytK-301">
          <mxCell parent="1" style="swimlane;whiteSpace=wrap;html=1;startSize=60;perimeterSpacing=0;rounded=1;arcSize=6;align=left;spacingLeft=6;swimlaneFillColor=default;strokeWidth=2;fontSize=14;" vertex="1">
            <mxGeometry height="250" width="210" x="480" y="940" as="geometry">
              <mxRectangle height="60" width="200" x="330" y="280" as="alternateBounds" />
            </mxGeometry>
          </mxCell>
        </UserObject>
        <mxCell id="BUdtJf7oYrrgdLHHiytK-310" parent="BUdtJf7oYrrgdLHHiytK-301" style="ellipse;whiteSpace=wrap;html=1;aspect=fixed;strokeColor=none;fillColor=light-dark(#FF3333,#007FFF);fontColor=light-dark(#FFFFFF,#007FFF);fillStyle=auto;" value="" vertex="1">
          <mxGeometry height="20" width="20" x="30.5" y="84.5" as="geometry" />
        </mxCell>
        <mxCell id="BUdtJf7oYrrgdLHHiytK-313" parent="BUdtJf7oYrrgdLHHiytK-301" style="ellipse;whiteSpace=wrap;html=1;aspect=fixed;strokeColor=none;fillColor=light-dark(#FF3333,#007FFF);fontColor=light-dark(#FFFFFF,#007FFF);" value="" vertex="1">
          <mxGeometry height="20" width="20" x="30.5" y="206.5" as="geometry" />
        </mxCell>
        <mxCell id="BUdtJf7oYrrgdLHHiytK-317" parent="BUdtJf7oYrrgdLHHiytK-301" style="text;html=1;whiteSpace=wrap;strokeColor=none;fillColor=none;align=center;verticalAlign=middle;rounded=0;fontStyle=1" value="ETHERNET" vertex="1">
          <mxGeometry height="10" width="70" x="70" y="89.5" as="geometry" />
        </mxCell>
        <mxCell id="BUdtJf7oYrrgdLHHiytK-337" parent="BUdtJf7oYrrgdLHHiytK-301" style="shape=switch;whiteSpace=wrap;html=1;fontFamily=Helvetica;fontSize=11;fontColor=default;labelBackgroundColor=default;strokeWidth=2;" value="" vertex="1">
          <mxGeometry height="40" width="40" x="155" y="10" as="geometry" />
        </mxCell>
        <mxCell id="BUdtJf7oYrrgdLHHiytK-340" parent="BUdtJf7oYrrgdLHHiytK-301" style="ellipse;whiteSpace=wrap;html=1;aspect=fixed;strokeColor=none;fillColor=light-dark(#FF3333,#007FFF);fontColor=#ffffff;" value="" vertex="1">
          <mxGeometry height="20" width="20" x="159.5" y="125.5" as="geometry" />
        </mxCell>
        <mxCell id="BUdtJf7oYrrgdLHHiytK-341" parent="BUdtJf7oYrrgdLHHiytK-301" style="ellipse;whiteSpace=wrap;html=1;aspect=fixed;strokeColor=none;fillColor=light-dark(#FF3333,#007FFF);fontColor=#ffffff;" value="" vertex="1">
          <mxGeometry height="20" width="20" x="159.5" y="166.5" as="geometry" />
        </mxCell>
        <mxCell id="BUdtJf7oYrrgdLHHiytK-342" parent="BUdtJf7oYrrgdLHHiytK-301" style="ellipse;whiteSpace=wrap;html=1;aspect=fixed;strokeColor=none;fillColor=light-dark(#FF3333,#007FFF);fontColor=#ffffff;" value="" vertex="1">
          <mxGeometry height="20" width="20" x="159.5" y="206.5" as="geometry" />
        </mxCell>
        <mxCell id="BUdtJf7oYrrgdLHHiytK-347" parent="BUdtJf7oYrrgdLHHiytK-301" style="text;html=1;whiteSpace=wrap;strokeColor=none;fillColor=none;align=center;verticalAlign=middle;rounded=0;fontStyle=1" value="ETHERNET" vertex="1">
          <mxGeometry height="10" width="70" x="70" y="130.5" as="geometry" />
        </mxCell>
        <mxCell id="BUdtJf7oYrrgdLHHiytK-348" parent="BUdtJf7oYrrgdLHHiytK-301" style="text;html=1;whiteSpace=wrap;strokeColor=none;fillColor=none;align=center;verticalAlign=middle;rounded=0;fontStyle=1" value="ETHERNET" vertex="1">
          <mxGeometry height="10" width="70" x="70" y="171.5" as="geometry" />
        </mxCell>
        <mxCell id="BUdtJf7oYrrgdLHHiytK-349" parent="BUdtJf7oYrrgdLHHiytK-301" style="text;html=1;whiteSpace=wrap;strokeColor=none;fillColor=none;align=center;verticalAlign=middle;rounded=0;fontStyle=1" value="ETHERNET" vertex="1">
          <mxGeometry height="10" width="70" x="70" y="211.5" as="geometry" />
        </mxCell>
        <mxCell id="BUdtJf7oYrrgdLHHiytK-354" edge="1" parent="1" source="BUdtJf7oYrrgdLHHiytK-237" style="edgeStyle=orthogonalEdgeStyle;shape=connector;rounded=0;orthogonalLoop=1;jettySize=auto;html=1;entryX=0;entryY=0.5;entryDx=0;entryDy=0;strokeColor=default;strokeWidth=2;align=center;verticalAlign=middle;fontFamily=Helvetica;fontSize=14;fontColor=default;labelBackgroundColor=default;resizable=0;endArrow=classic;endFill=1;" target="BUdtJf7oYrrgdLHHiytK-310">
          <mxGeometry relative="1" as="geometry">
            <Array as="points">
              <mxPoint x="65" y="1034" />
            </Array>
          </mxGeometry>
        </mxCell>
        <UserObject label="&lt;div&gt;Blackmagic ATEM Mini Extreme ISO&lt;/div&gt;Camera switcher" link="https://www.videocraft.com.au/products/blackmagic-design-atem-mini-extreme-iso-live-streaming-camera-switcher" id="BUdtJf7oYrrgdLHHiytK-355">
          <mxCell parent="1" style="swimlane;whiteSpace=wrap;html=1;startSize=60;perimeterSpacing=0;rounded=1;arcSize=6;align=left;spacingLeft=6;swimlaneFillColor=default;strokeWidth=2;fontSize=14;" vertex="1">
            <mxGeometry height="290" width="370" x="1570" y="240" as="geometry">
              <mxRectangle height="60" width="200" x="330" y="280" as="alternateBounds" />
            </mxGeometry>
          </mxCell>
        </UserObject>
        <mxCell id="BUdtJf7oYrrgdLHHiytK-357" parent="BUdtJf7oYrrgdLHHiytK-355" style="ellipse;whiteSpace=wrap;html=1;aspect=fixed;strokeColor=none;fillColor=#60a917;fontColor=#ffffff;" value="" vertex="1">
          <mxGeometry height="20" width="20" x="330" y="80" as="geometry" />
        </mxCell>
        <mxCell id="BUdtJf7oYrrgdLHHiytK-358" parent="BUdtJf7oYrrgdLHHiytK-355" style="ellipse;whiteSpace=wrap;html=1;aspect=fixed;strokeColor=none;fillColor=#60a917;fontColor=#ffffff;" value="" vertex="1">
          <mxGeometry height="20" width="20" x="330" y="121" as="geometry" />
        </mxCell>
        <mxCell id="BUdtJf7oYrrgdLHHiytK-359" parent="BUdtJf7oYrrgdLHHiytK-355" style="ellipse;whiteSpace=wrap;html=1;aspect=fixed;strokeColor=none;fillColor=#60a917;fontColor=#ffffff;" value="" vertex="1">
          <mxGeometry height="20" width="20" x="330" y="162" as="geometry" />
        </mxCell>
        <mxCell id="BUdtJf7oYrrgdLHHiytK-364" parent="BUdtJf7oYrrgdLHHiytK-355" style="ellipse;whiteSpace=wrap;html=1;aspect=fixed;strokeColor=none;fillColor=light-dark(#FF3333,#FF3333);fontColor=#ffffff;fillStyle=auto;" value="" vertex="1">
          <mxGeometry height="20" width="20" x="20" y="80" as="geometry" />
        </mxCell>
        <mxCell id="BUdtJf7oYrrgdLHHiytK-365" parent="BUdtJf7oYrrgdLHHiytK-355" style="ellipse;whiteSpace=wrap;html=1;aspect=fixed;strokeColor=none;fillColor=light-dark(#FF3333,#FF3333);fontColor=#ffffff;" value="" vertex="1">
          <mxGeometry height="20" width="20" x="20" y="121" as="geometry" />
        </mxCell>
        <mxCell id="BUdtJf7oYrrgdLHHiytK-366" parent="BUdtJf7oYrrgdLHHiytK-355" style="ellipse;whiteSpace=wrap;html=1;aspect=fixed;strokeColor=none;fillColor=light-dark(#FF3333,#FF3333);fontColor=#ffffff;" value="" vertex="1">
          <mxGeometry height="20" width="20" x="20" y="162" as="geometry" />
        </mxCell>
        <mxCell id="BUdtJf7oYrrgdLHHiytK-371" parent="BUdtJf7oYrrgdLHHiytK-355" style="text;html=1;whiteSpace=wrap;strokeColor=none;fillColor=none;align=left;verticalAlign=middle;rounded=0;fontStyle=1" value="HDMI 1" vertex="1">
          <mxGeometry height="14.5" width="50" x="50" y="82.75" as="geometry" />
        </mxCell>
        <mxCell id="BUdtJf7oYrrgdLHHiytK-372" parent="BUdtJf7oYrrgdLHHiytK-355" style="text;html=1;whiteSpace=wrap;strokeColor=none;fillColor=none;align=right;verticalAlign=middle;rounded=0;fontStyle=1" value="HDMI 1" vertex="1">
          <mxGeometry height="14.5" width="50" x="270" y="82.75" as="geometry" />
        </mxCell>
        <mxCell id="BUdtJf7oYrrgdLHHiytK-389" parent="BUdtJf7oYrrgdLHHiytK-355" style="text;html=1;whiteSpace=wrap;strokeColor=none;fillColor=none;align=center;verticalAlign=middle;rounded=0;fontStyle=1" value="ETHERNET" vertex="1">
          <mxGeometry height="29" width="90" x="140" y="200" as="geometry" />
        </mxCell>
        <mxCell id="BUdtJf7oYrrgdLHHiytK-390" parent="BUdtJf7oYrrgdLHHiytK-355" style="ellipse;whiteSpace=wrap;html=1;aspect=fixed;strokeColor=none;fillColor=#007FFF;fontColor=#ffffff;" value="" vertex="1">
          <mxGeometry height="20" width="20" x="175" y="239" as="geometry" />
        </mxCell>
        <mxCell id="BUdtJf7oYrrgdLHHiytK-393" parent="BUdtJf7oYrrgdLHHiytK-355" style="sketch=0;aspect=fixed;pointerEvents=1;shadow=0;dashed=0;html=1;strokeColor=default;labelPosition=center;verticalLabelPosition=bottom;verticalAlign=top;align=center;fillColor=none;shape=mxgraph.mscae.enterprise.usb;fontFamily=Helvetica;fontSize=11;fontColor=default;labelBackgroundColor=default;strokeWidth=2;" value="" vertex="1">
          <mxGeometry height="36.8" width="80" x="269.9999999999998" y="10" as="geometry" />
        </mxCell>
        <mxCell id="BUdtJf7oYrrgdLHHiytK-409" parent="BUdtJf7oYrrgdLHHiytK-355" style="text;html=1;whiteSpace=wrap;strokeColor=none;fillColor=none;align=left;verticalAlign=middle;rounded=0;fontStyle=1" value="HDMI 2" vertex="1">
          <mxGeometry height="14.5" width="50" x="50" y="123.75" as="geometry" />
        </mxCell>
        <mxCell id="BUdtJf7oYrrgdLHHiytK-410" parent="BUdtJf7oYrrgdLHHiytK-355" style="text;html=1;whiteSpace=wrap;strokeColor=none;fillColor=none;align=left;verticalAlign=middle;rounded=0;fontStyle=1" value="HDMI 3" vertex="1">
          <mxGeometry height="14.5" width="50" x="50" y="164.75" as="geometry" />
        </mxCell>
-         <mxCell id="BUdtJf7oYrrgdLHHiytK-411" parent="BUdtJf7oYrrgdLHHiytK-355" style="text;html=1;whiteSpace=wrap;strokeColor=none;fillColor=none;align=right;verticalAlign=middle;rounded=0;fontStyle=1" value="HDMI 1" vertex="1">
+         <mxCell id="BUdtJf7oYrrgdLHHiytK-411" parent="BUdtJf7oYrrgdLHHiytK-355" style="text;html=1;whiteSpace=wrap;strokeColor=none;fillColor=none;align=right;verticalAlign=middle;rounded=0;fontStyle=1" value="HDMI 2" vertex="1">
          <mxGeometry height="14.5" width="50" x="270" y="123.75" as="geometry" />
        </mxCell>
-         <mxCell id="BUdtJf7oYrrgdLHHiytK-412" parent="BUdtJf7oYrrgdLHHiytK-355" style="text;html=1;whiteSpace=wrap;strokeColor=none;fillColor=none;align=right;verticalAlign=middle;rounded=0;fontStyle=1" value="HDMI 1" vertex="1">
+         <mxCell id="BUdtJf7oYrrgdLHHiytK-412" parent="BUdtJf7oYrrgdLHHiytK-355" style="text;html=1;whiteSpace=wrap;strokeColor=none;fillColor=none;align=right;verticalAlign=middle;rounded=0;fontStyle=1" value="HDMI 3" vertex="1">
          <mxGeometry height="14.5" width="50" x="270" y="164.75" as="geometry" />
        </mxCell>
        <UserObject label="&lt;div&gt;HP Monitor&lt;/div&gt;&lt;div&gt;&lt;span style=&quot;font-weight: normal;&quot;&gt;Mac mini desktop&lt;/span&gt;&lt;/div&gt;" id="BUdtJf7oYrrgdLHHiytK-394">
          <mxCell parent="1" style="swimlane;whiteSpace=wrap;html=1;startSize=60;perimeterSpacing=0;rounded=1;arcSize=6;align=left;spacingLeft=6;swimlaneFillColor=default;strokeWidth=2;fontSize=14;" vertex="1">
            <mxGeometry height="120" width="240" x="945" y="770" as="geometry">
              <mxRectangle height="60" width="200" x="330" y="280" as="alternateBounds" />
            </mxGeometry>
          </mxCell>
        </UserObject>
        <mxCell id="BUdtJf7oYrrgdLHHiytK-403" parent="BUdtJf7oYrrgdLHHiytK-394" style="ellipse;whiteSpace=wrap;html=1;aspect=fixed;strokeColor=none;fillColor=light-dark(#FF3333,#FF3333);fontColor=#ffffff;fillStyle=auto;" value="" vertex="1">
          <mxGeometry height="20" width="20" x="20" y="80" as="geometry" />
        </mxCell>
-         <mxCell id="BUdtJf7oYrrgdLHHiytK-404" parent="BUdtJf7oYrrgdLHHiytK-394" style="text;html=1;whiteSpace=wrap;strokeColor=none;fillColor=none;align=left;verticalAlign=middle;rounded=0;fontStyle=1" value="HDMI IN" vertex="1">
+         <mxCell id="BUdtJf7oYrrgdLHHiytK-404" parent="BUdtJf7oYrrgdLHHiytK-394" style="text;html=1;whiteSpace=wrap;strokeColor=none;fillColor=none;align=left;verticalAlign=middle;rounded=0;fontStyle=1" value="HDMI" vertex="1">
          <mxGeometry height="10" width="50" x="50" y="85" as="geometry" />
        </mxCell>
        <mxCell id="BUdtJf7oYrrgdLHHiytK-405" parent="BUdtJf7oYrrgdLHHiytK-394" style="verticalLabelPosition=bottom;html=1;verticalAlign=top;align=center;strokeColor=default;fillColor=none;shape=mxgraph.azure.computer;pointerEvents=1;fontFamily=Helvetica;fontSize=11;fontColor=default;labelBackgroundColor=default;strokeWidth=2;" value="" vertex="1">
          <mxGeometry height="45" width="50" x="180" y="8" as="geometry" />
        </mxCell>
        <mxCell id="BUdtJf7oYrrgdLHHiytK-406" edge="1" parent="1" source="BUdtJf7oYrrgdLHHiytK-285" style="edgeStyle=orthogonalEdgeStyle;shape=connector;rounded=0;orthogonalLoop=1;jettySize=auto;html=1;entryX=0;entryY=0.5;entryDx=0;entryDy=0;strokeColor=default;strokeWidth=2;align=center;verticalAlign=middle;fontFamily=Helvetica;fontSize=14;fontColor=default;labelBackgroundColor=default;resizable=0;endArrow=classic;endFill=1;" target="BUdtJf7oYrrgdLHHiytK-403">
          <mxGeometry relative="1" as="geometry" />
        </mxCell>
        <mxCell id="BUdtJf7oYrrgdLHHiytK-407" edge="1" parent="1" source="BUdtJf7oYrrgdLHHiytK-340" style="edgeStyle=orthogonalEdgeStyle;shape=connector;rounded=0;orthogonalLoop=1;jettySize=auto;html=1;entryX=0.5;entryY=1;entryDx=0;entryDy=0;strokeColor=default;strokeWidth=2;align=center;verticalAlign=middle;fontFamily=Helvetica;fontSize=14;fontColor=default;labelBackgroundColor=default;resizable=0;endArrow=classic;endFill=1;" target="BUdtJf7oYrrgdLHHiytK-195">
          <mxGeometry relative="1" as="geometry" />
        </mxCell>
        <mxCell id="BUdtJf7oYrrgdLHHiytK-408" edge="1" parent="1" source="BUdtJf7oYrrgdLHHiytK-341" style="edgeStyle=orthogonalEdgeStyle;shape=connector;rounded=0;orthogonalLoop=1;jettySize=auto;html=1;entryX=0.5;entryY=1;entryDx=0;entryDy=0;strokeColor=default;strokeWidth=2;align=center;verticalAlign=middle;fontFamily=Helvetica;fontSize=14;fontColor=default;labelBackgroundColor=default;resizable=0;endArrow=classic;endFill=1;" target="BUdtJf7oYrrgdLHHiytK-390">
          <mxGeometry relative="1" as="geometry" />
        </mxCell>
        <UserObject label="&lt;div&gt;HP Monitor&lt;/div&gt;&lt;div&gt;&lt;span style=&quot;font-weight: normal;&quot;&gt;Mac mini desktop&lt;/span&gt;&lt;/div&gt;" id="BUdtJf7oYrrgdLHHiytK-414">
          <mxCell parent="1" style="swimlane;whiteSpace=wrap;html=1;startSize=60;perimeterSpacing=0;rounded=1;arcSize=6;align=left;spacingLeft=6;swimlaneFillColor=default;strokeWidth=2;fontSize=14;" vertex="1">
-             <mxGeometry height="120" width="240" x="2120" y="250" as="geometry">
+             <mxGeometry height="120" width="240" x="2090" y="240" as="geometry">
              <mxRectangle height="60" width="200" x="330" y="280" as="alternateBounds" />
            </mxGeometry>
          </mxCell>
        </UserObject>
        <mxCell id="BUdtJf7oYrrgdLHHiytK-415" parent="BUdtJf7oYrrgdLHHiytK-414" style="ellipse;whiteSpace=wrap;html=1;aspect=fixed;strokeColor=none;fillColor=light-dark(#FF3333,#FF3333);fontColor=#ffffff;fillStyle=auto;" value="" vertex="1">
          <mxGeometry height="20" width="20" x="20" y="80" as="geometry" />
        </mxCell>
-         <mxCell id="BUdtJf7oYrrgdLHHiytK-416" parent="BUdtJf7oYrrgdLHHiytK-414" style="text;html=1;whiteSpace=wrap;strokeColor=none;fillColor=none;align=left;verticalAlign=middle;rounded=0;fontStyle=1" value="HDMI IN" vertex="1">
+         <mxCell id="BUdtJf7oYrrgdLHHiytK-416" parent="BUdtJf7oYrrgdLHHiytK-414" style="text;html=1;whiteSpace=wrap;strokeColor=none;fillColor=none;align=left;verticalAlign=middle;rounded=0;fontStyle=1" value="HDMI" vertex="1">
          <mxGeometry height="10" width="50" x="50" y="85" as="geometry" />
        </mxCell>
        <mxCell id="BUdtJf7oYrrgdLHHiytK-417" parent="BUdtJf7oYrrgdLHHiytK-414" style="verticalLabelPosition=bottom;html=1;verticalAlign=top;align=center;strokeColor=default;fillColor=none;shape=mxgraph.azure.computer;pointerEvents=1;fontFamily=Helvetica;fontSize=11;fontColor=default;labelBackgroundColor=default;strokeWidth=2;" value="" vertex="1">
          <mxGeometry height="45" width="50" x="180" y="8" as="geometry" />
+         </mxCell>
+         <mxCell id="BUdtJf7oYrrgdLHHiytK-418" edge="1" parent="1" source="BUdtJf7oYrrgdLHHiytK-357" style="edgeStyle=orthogonalEdgeStyle;shape=connector;rounded=0;orthogonalLoop=1;jettySize=auto;html=1;entryX=0;entryY=0.5;entryDx=0;entryDy=0;strokeColor=default;strokeWidth=2;align=center;verticalAlign=middle;fontFamily=Helvetica;fontSize=14;fontColor=default;labelBackgroundColor=default;resizable=0;endArrow=classic;endFill=1;" target="BUdtJf7oYrrgdLHHiytK-415">
+           <mxGeometry relative="1" as="geometry" />
+         </mxCell>
+         <UserObject label="&lt;div&gt;IKAN Monitor&lt;/div&gt;&lt;div&gt;&lt;span style=&quot;font-weight: normal;&quot;&gt;Teleprompter&lt;/span&gt;&lt;/div&gt;" id="BUdtJf7oYrrgdLHHiytK-419">
+           <mxCell parent="1" style="swimlane;whiteSpace=wrap;html=1;startSize=60;perimeterSpacing=0;rounded=1;arcSize=6;align=left;spacingLeft=6;swimlaneFillColor=default;strokeWidth=2;fontSize=14;" vertex="1">
+             <mxGeometry height="120" width="240" x="2090" y="400" as="geometry">
+               <mxRectangle height="60" width="200" x="330" y="280" as="alternateBounds" />
+             </mxGeometry>
+           </mxCell>
+         </UserObject>
+         <mxCell id="BUdtJf7oYrrgdLHHiytK-420" parent="BUdtJf7oYrrgdLHHiytK-419" style="ellipse;whiteSpace=wrap;html=1;aspect=fixed;strokeColor=none;fillColor=light-dark(#FF3333,#FF3333);fontColor=#ffffff;fillStyle=auto;" value="" vertex="1">
+           <mxGeometry height="20" width="20" x="20" y="80" as="geometry" />
+         </mxCell>
+         <mxCell id="BUdtJf7oYrrgdLHHiytK-421" parent="BUdtJf7oYrrgdLHHiytK-419" style="text;html=1;whiteSpace=wrap;strokeColor=none;fillColor=none;align=left;verticalAlign=middle;rounded=0;fontStyle=1" value="HDMI" vertex="1">
+           <mxGeometry height="10" width="50" x="50" y="85" as="geometry" />
+         </mxCell>
+         <mxCell id="BUdtJf7oYrrgdLHHiytK-422" parent="BUdtJf7oYrrgdLHHiytK-419" style="verticalLabelPosition=bottom;html=1;verticalAlign=top;align=center;strokeColor=default;fillColor=none;shape=mxgraph.azure.computer;pointerEvents=1;fontFamily=Helvetica;fontSize=11;fontColor=default;labelBackgroundColor=default;strokeWidth=2;" value="" vertex="1">
+           <mxGeometry height="45" width="50" x="180" y="8" as="geometry" />
+         </mxCell>
+         <mxCell id="BUdtJf7oYrrgdLHHiytK-423" edge="1" parent="1" source="BUdtJf7oYrrgdLHHiytK-358" style="edgeStyle=orthogonalEdgeStyle;shape=connector;rounded=0;orthogonalLoop=1;jettySize=auto;html=1;entryX=0;entryY=0.5;entryDx=0;entryDy=0;strokeColor=default;strokeWidth=2;align=center;verticalAlign=middle;fontFamily=Helvetica;fontSize=14;fontColor=default;labelBackgroundColor=default;resizable=0;endArrow=classic;endFill=1;" target="BUdtJf7oYrrgdLHHiytK-420">
+           <mxGeometry relative="1" as="geometry" />
        </mxCell>
      </root>
    </mxGraphModel>
  </diagram>
</mxfile>
